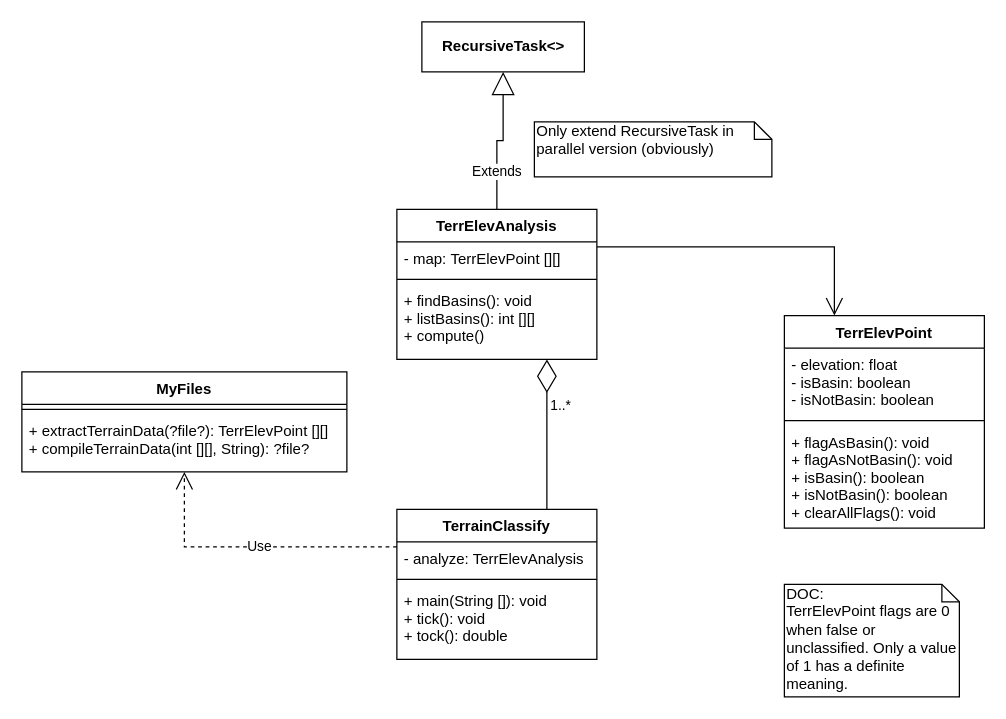
Before: misc/class-diagram.drawio in averyhs/CSC2002-Assignment1, a draw.io diagram. Source tidied: cells renumbered, new cells numbered last; positions are measured from the earlier drawing's top-left corner, leaving out a move shared by most shapes. Both pictures are drawn from the tidied source at 125%, with x=0, y=0 at pixel (21, 21).
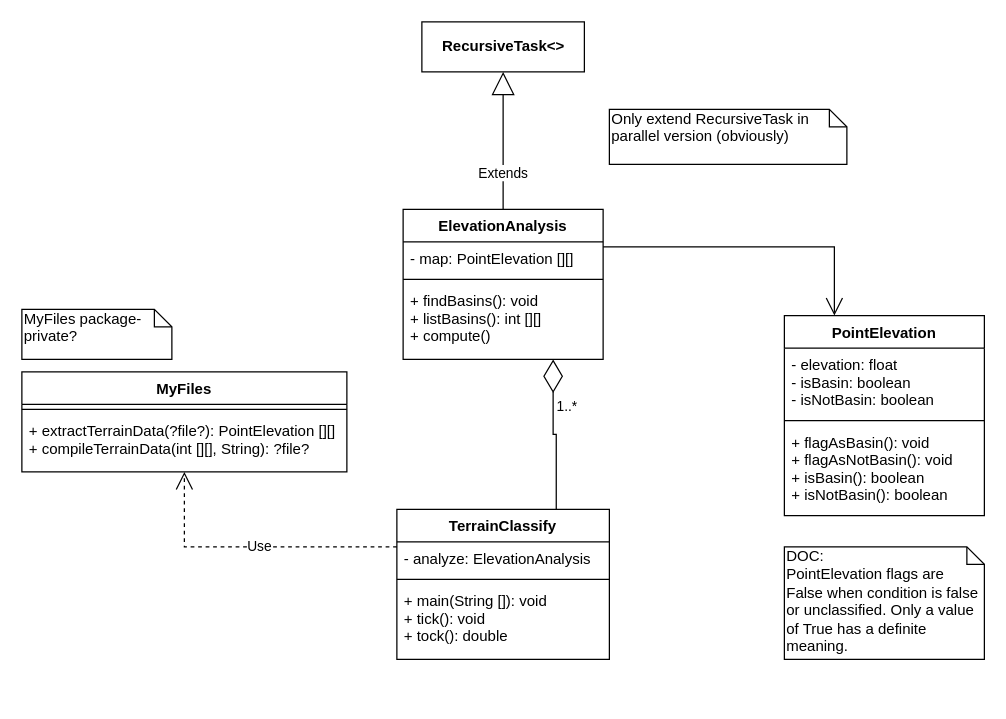
After the change.

Commit message (it also covers changes not shown here):
Created classes for project, minor updates to class-diagram

Unchanged cells that the change refers to:
```xml
<mxCell id="6" value="MyFiles" style="swimlane;fontStyle=1;align=center;verticalAlign=top;horizontal=1;startSize=26;" parent="1" vertex="1">
  <mxGeometry y="280" width="260" height="80" as="geometry" />
</mxCell>
```

What changed in the source:
```diff
@@
-    <mxCell id="2" value="&lt;div&gt;DOC:&lt;/div&gt;&lt;div&gt;TerrElevPoint flags are 0 when false or unclassified. Only a value of 1 has a definite meaning.&lt;br&gt;&lt;/div&gt;" style="shape=note;whiteSpace=wrap;html=1;size=14;verticalAlign=top;align=left;spacingTop=-6;" parent="1" vertex="1">
-      <mxGeometry x="610" y="450" width="140" height="90" as="geometry" />
+    <mxCell id="2" value="&lt;div&gt;DOC:&lt;/div&gt;&lt;div&gt;PointElevation flags are False when condition is false or unclassified. Only a value of True has a definite meaning.&lt;br&gt;&lt;/div&gt;" style="shape=note;whiteSpace=wrap;html=1;size=14;verticalAlign=top;align=left;spacingTop=-6;" parent="1" vertex="1">
+      <mxGeometry x="610" y="420" width="160" height="90" as="geometry" />
     </mxCell>
@@
     <mxCell id="5" value="Only extend RecursiveTask in parallel version (obviously)" style="shape=note;whiteSpace=wrap;html=1;size=14;verticalAlign=top;align=left;spacingTop=-6;" parent="1" vertex="1">
-      <mxGeometry x="410" y="80" width="190" height="44" as="geometry" />
+      <mxGeometry x="470" y="70" width="190" height="44" as="geometry" />
     </mxCell>
@@
-    <mxCell id="8" value="+ extractTerrainData(?file?): TerrElevPoint [][]&#10;+ compileTerrainData(int [][], String): ?file?&#10;" style="text;strokeColor=none;fillColor=none;align=left;verticalAlign=top;spacingLeft=4;spacingRight=4;overflow=hidden;" parent="6" vertex="1">
+    <mxCell id="8" value="+ extractTerrainData(?file?): PointElevation [][]&#10;+ compileTerrainData(int [][], String): ?file?&#10;" style="text;strokeColor=none;fillColor=none;align=left;verticalAlign=top;spacingLeft=4;spacingRight=4;overflow=hidden;" parent="6" vertex="1">
       <mxGeometry y="34" width="260" height="46" as="geometry" />
     </mxCell>
     <mxCell id="9" value="TerrainClassify" style="swimlane;fontStyle=1;align=center;verticalAlign=top;horizontal=1;startSize=26;" parent="1" vertex="1">
-      <mxGeometry x="300" y="390" width="160" height="120" as="geometry" />
+      <mxGeometry x="300" y="390" width="170" height="120" as="geometry" />
     </mxCell>
-    <mxCell id="10" value="- analyze: TerrElevAnalysis" style="text;strokeColor=none;fillColor=none;align=left;verticalAlign=top;spacingLeft=4;spacingRight=4;overflow=hidden;" parent="9" vertex="1">
-      <mxGeometry y="26" width="160" height="26" as="geometry" />
+    <mxCell id="10" value="- analyze: ElevationAnalysis" style="text;strokeColor=none;fillColor=none;align=left;verticalAlign=top;spacingLeft=4;spacingRight=4;overflow=hidden;" parent="9" vertex="1">
+      <mxGeometry y="26" width="170" height="26" as="geometry" />
     </mxCell>
     <mxCell id="11" style="line;strokeWidth=1;fillColor=none;align=left;verticalAlign=middle;spacingTop=-1;spacingLeft=3;spacingRight=3;labelPosition=right;" parent="9" vertex="1">
-      <mxGeometry y="52" width="160" height="8" as="geometry" />
+      <mxGeometry y="52" width="170" height="8" as="geometry" />
     </mxCell>
     <mxCell id="12" value="+ main(String []): void&#10;+ tick(): void&#10;+ tock(): double&#10;" style="text;strokeColor=none;fillColor=none;align=left;verticalAlign=top;spacingLeft=4;spacingRight=4;overflow=hidden;" parent="9" vertex="1">
-      <mxGeometry y="60" width="160" height="60" as="geometry" />
+      <mxGeometry y="60" width="170" height="60" as="geometry" />
     </mxCell>
-    <mxCell id="13" value="TerrElevPoint" style="swimlane;fontStyle=1;align=center;verticalAlign=top;horizontal=1;startSize=26;" parent="1" vertex="1">
-      <mxGeometry x="610" y="235" width="160" height="170" as="geometry" />
+    <mxCell id="13" value="PointElevation" style="swimlane;fontStyle=1;align=center;verticalAlign=top;horizontal=1;startSize=26;" parent="1" vertex="1">
+      <mxGeometry x="610" y="235" width="160" height="160" as="geometry" />
     </mxCell>
@@
-    <mxCell id="16" value="+ flagAsBasin(): void&#10;+ flagAsNotBasin(): void&#10;+ isBasin(): boolean&#10;+ isNotBasin(): boolean&#10;+ clearAllFlags(): void&#10;" style="text;strokeColor=none;fillColor=none;align=left;verticalAlign=top;spacingLeft=4;spacingRight=4;overflow=hidden;" parent="13" vertex="1">
-      <mxGeometry y="88" width="160" height="82" as="geometry" />
+    <mxCell id="16" value="+ flagAsBasin(): void&#10;+ flagAsNotBasin(): void&#10;+ isBasin(): boolean&#10;+ isNotBasin(): boolean" style="text;strokeColor=none;fillColor=none;align=left;verticalAlign=top;spacingLeft=4;spacingRight=4;overflow=hidden;" parent="13" vertex="1">
+      <mxGeometry y="88" width="160" height="72" as="geometry" />
     </mxCell>
+    <mxCell id="21" value="Use" style="endArrow=open;endSize=12;dashed=1;html=1;strokeColor=#000000;rounded=0;edgeStyle=orthogonalEdgeStyle;entryX=0.5;entryY=1;entryDx=0;entryDy=0;exitX=0;exitY=0.25;exitDx=0;exitDy=0;" parent="1" edge="1" source="9" target="6">
+      <mxGeometry x="-0.04" relative="1" as="geometry" />
+    </mxCell>
+    <mxCell id="22" style="endArrow=diamondThin;endFill=0;endSize=24;html=1;rounded=0;edgeStyle=orthogonalEdgeStyle;entryX=0.75;entryY=1;entryDx=0;entryDy=0;exitX=0.75;exitY=0;exitDx=0;exitDy=0;" parent="1" edge="1" source="9" target="17">
+      <mxGeometry relative="1" as="geometry" />
+    </mxCell>
+    <mxCell id="23" value="1..*" style="edgeLabel;html=1;align=center;verticalAlign=middle;" parent="22" vertex="1">
+      <mxGeometry x="0.23" y="-1" relative="1" as="geometry">
+        <mxPoint x="9" y="-10" as="offset" />
+      </mxGeometry>
+    </mxCell>
+    <mxCell id="24" style="endArrow=open;endFill=1;endSize=12;html=1;strokeColor=#000000;rounded=0;edgeStyle=orthogonalEdgeStyle;entryX=0.25;entryY=0;entryDx=0;entryDy=0;exitX=1;exitY=0.25;exitDx=0;exitDy=0;" parent="1" edge="1" source="17" target="13">
+      <mxGeometry relative="1" as="geometry" />
+    </mxCell>
+    <mxCell id="25" value="MyFiles package-private?" style="shape=note;whiteSpace=wrap;html=1;size=14;verticalAlign=top;align=left;spacingTop=-6;" parent="1" vertex="1">
+      <mxGeometry y="230" width="120" height="40" as="geometry" />
+    </mxCell>
-    <mxCell id="17" value="TerrElevAnalysis" style="swimlane;fontStyle=1;align=center;verticalAlign=top;horizontal=1;startSize=26;" parent="1" vertex="1">
-      <mxGeometry x="300" y="150" width="160" height="120" as="geometry" />
+    <mxCell id="17" value="ElevationAnalysis" style="swimlane;fontStyle=1;align=center;verticalAlign=top;horizontal=1;startSize=26;" parent="1" vertex="1">
+      <mxGeometry x="305" y="150" width="160" height="120" as="geometry" />
     </mxCell>
-    <mxCell id="18" value="- map: TerrElevPoint [][]" style="text;strokeColor=none;fillColor=none;align=left;verticalAlign=top;spacingLeft=4;spacingRight=4;overflow=hidden;" parent="17" vertex="1">
+    <mxCell id="18" value="- map: PointElevation [][]" style="text;strokeColor=none;fillColor=none;align=left;verticalAlign=top;spacingLeft=4;spacingRight=4;overflow=hidden;" parent="17" vertex="1">
       <mxGeometry y="26" width="160" height="26" as="geometry" />
     </mxCell>
@@
-    <mxCell id="21" value="Use" style="endArrow=open;endSize=12;dashed=1;html=1;strokeColor=#000000;rounded=0;edgeStyle=orthogonalEdgeStyle;entryX=0.5;entryY=1;entryDx=0;entryDy=0;exitX=0;exitY=0.25;exitDx=0;exitDy=0;" parent="1" edge="1" source="9" target="6">
-      <mxGeometry x="-0.04" relative="1" as="geometry" />
-    </mxCell>
-    <mxCell id="22" style="endArrow=diamondThin;endFill=0;endSize=24;html=1;rounded=0;edgeStyle=orthogonalEdgeStyle;entryX=0.75;entryY=1;entryDx=0;entryDy=0;exitX=0.75;exitY=0;exitDx=0;exitDy=0;" parent="1" edge="1" source="9" target="17">
-      <mxGeometry relative="1" as="geometry" />
-    </mxCell>
-    <mxCell id="23" value="1..*" style="edgeLabel;html=1;align=center;verticalAlign=middle;" parent="22" vertex="1">
-      <mxGeometry x="0.23" y="-1" relative="1" as="geometry">
-        <mxPoint x="9" y="-10" as="offset" />
-      </mxGeometry>
-    </mxCell>
-    <mxCell id="24" style="endArrow=open;endFill=1;endSize=12;html=1;strokeColor=#000000;rounded=0;edgeStyle=orthogonalEdgeStyle;entryX=0.25;entryY=0;entryDx=0;entryDy=0;exitX=1;exitY=0.25;exitDx=0;exitDy=0;" parent="1" edge="1" source="17" target="13">
-      <mxGeometry relative="1" as="geometry" />
-    </mxCell>
```
